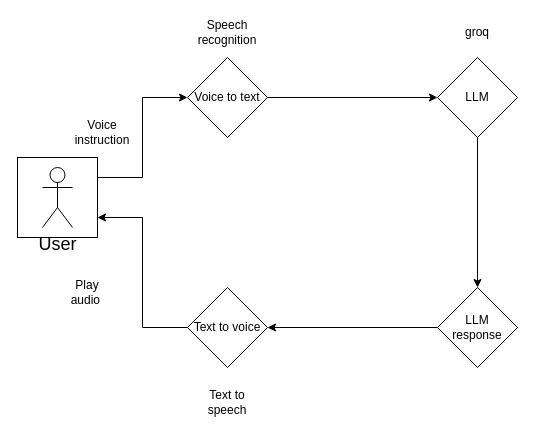
The draw.io diagram flow_diagram/Untitled Diagram.drawio in saisubhasish/EuronVoiceAssistant, before the edit. Source tidied: cells renumbered, new cells numbered last; positions are measured from the earlier drawing's top-left corner, leaving out a move shared by most shapes. Both pictures are drawn from the tidied source at 100%, with x=0, y=0 at pixel (17, 17). Pictures stored in the file or linked from it are replaced by grey dashed boxes.
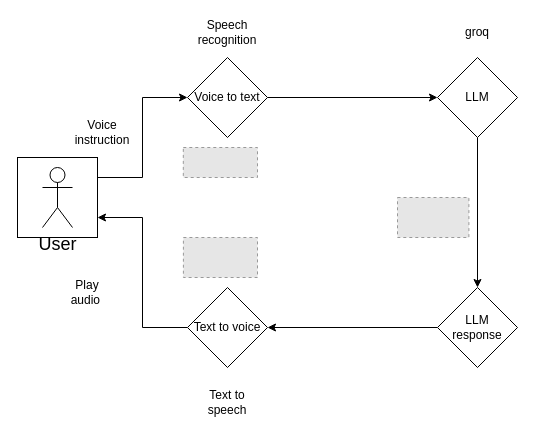
Above is the later version.

Commit message (it also covers changes not shown here):
Updated prompt template

Diff of the diagram source:
```diff
@@
+    <mxCell id="18" style="fillColor=#E6E6E6;strokeColor=#999999;dashed=1;verticalLabelPosition=bottom;labelBackgroundColor=default;verticalAlign=top;" parent="1" vertex="1">
+      <mxGeometry x="165.8" y="130" width="74.2" height="30" as="geometry" />
+    </mxCell>
+    <mxCell id="19" style="fillColor=#E6E6E6;strokeColor=#999999;dashed=1;verticalLabelPosition=bottom;labelBackgroundColor=default;verticalAlign=top;" parent="1" vertex="1">
+      <mxGeometry x="165.9" y="220" width="74.1" height="40" as="geometry" />
+    </mxCell>
+    <mxCell id="20" style="fillColor=#E6E6E6;strokeColor=#999999;dashed=1;verticalLabelPosition=bottom;labelBackgroundColor=default;verticalAlign=top;" parent="1" vertex="1">
+      <mxGeometry x="380" y="180" width="71.4" height="40" as="geometry" />
+    </mxCell>
```
